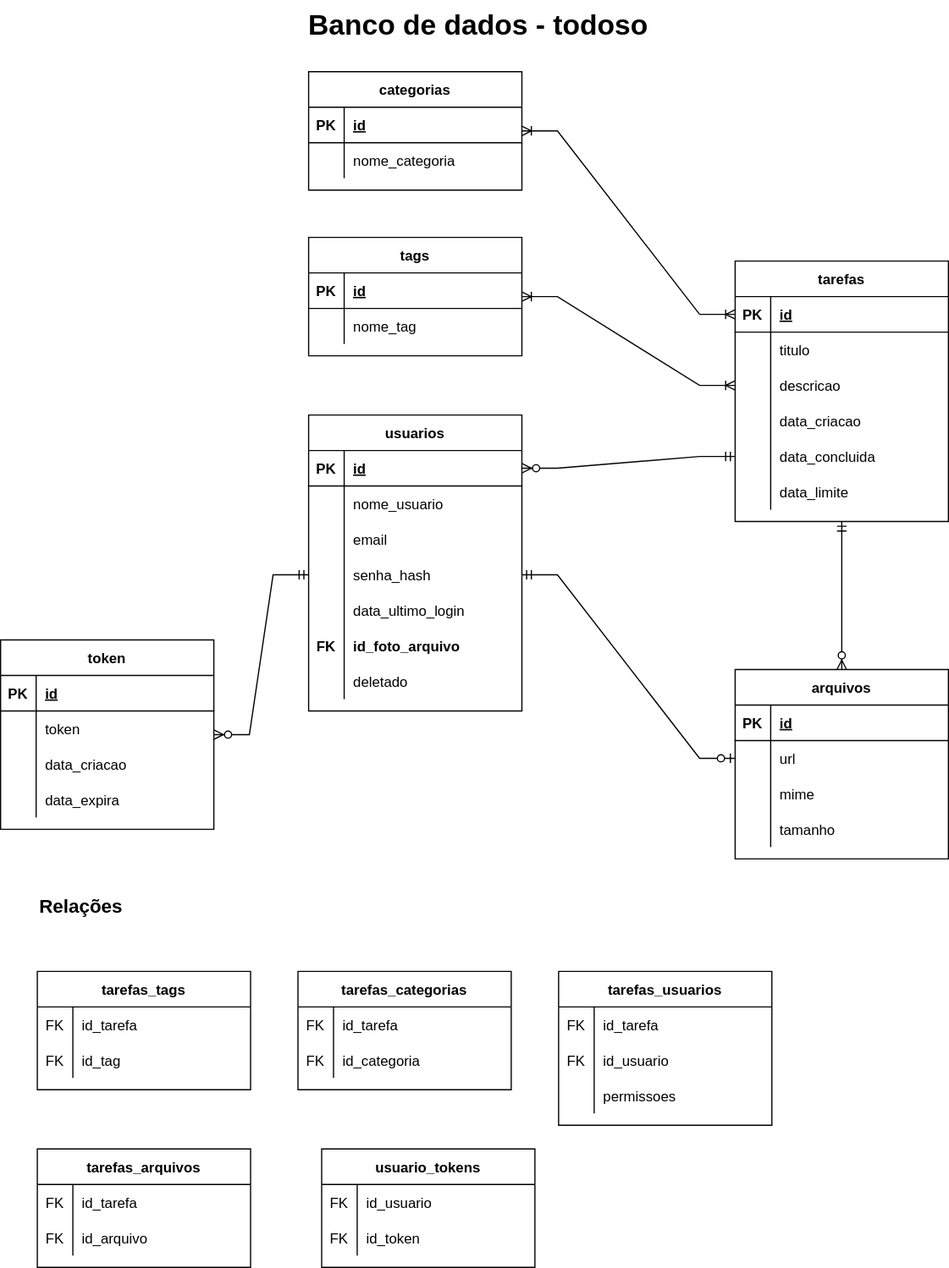
Above: docs/BD_todoso.drawio.svg in savio-matheus/todoso (draw.io), before the change. Source tidied: cells renumbered, new cells last; positions are measured from the earlier drawing's top-left corner, leaving out a move shared by most shapes.
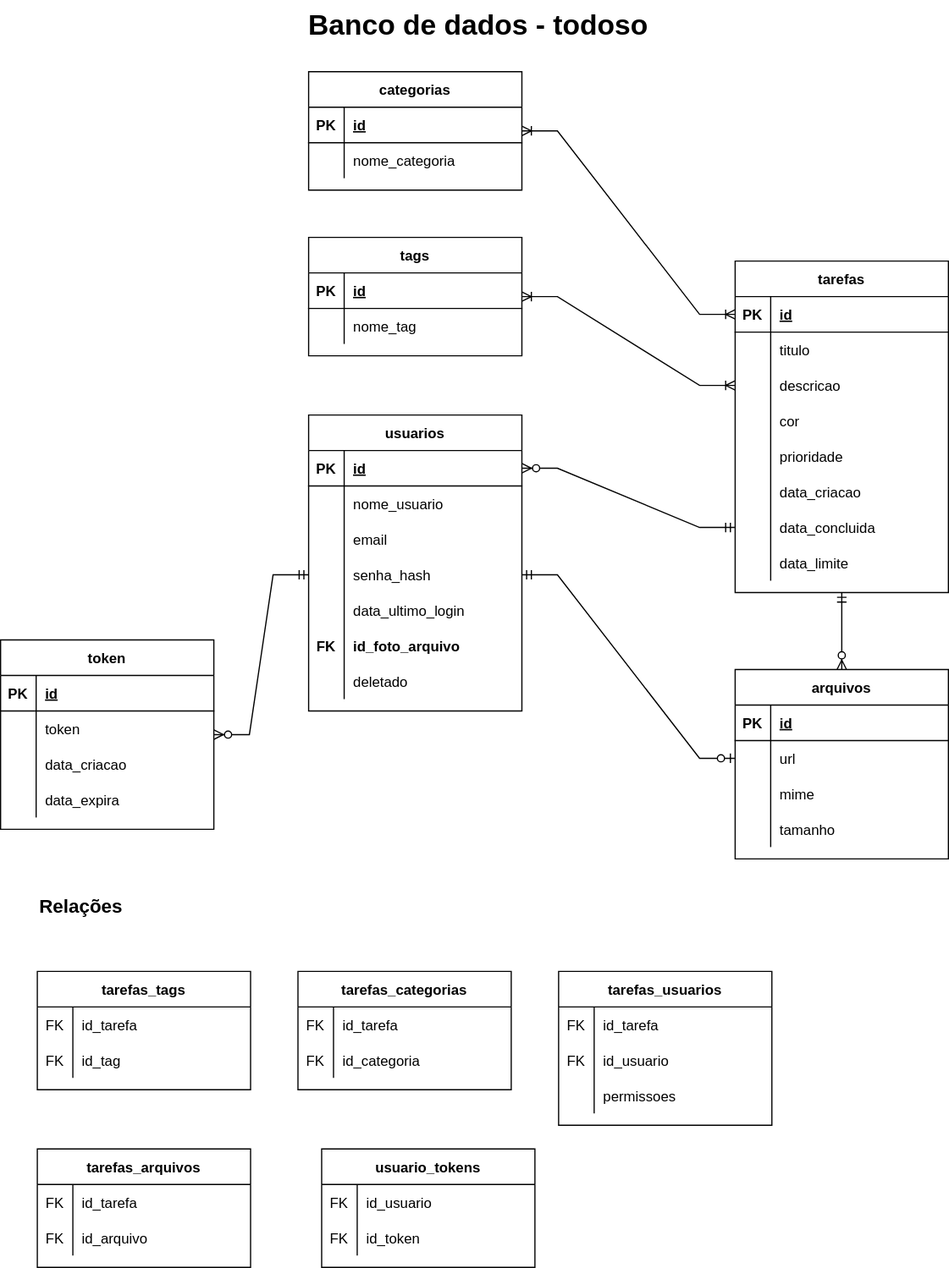
The same diagram one commit later.

Commit message:
fix: falta dos atributos cor e prioridade

What changed in the source:
```diff
@@ -45,7 +45,7 @@
       <mxGeometry x="30" width="150" height="30" as="geometry" />
     </mxCell>
     <mxCell id="16" value="tarefas" style="shape=table;startSize=30;rowLines=0;fontStyle=1;align=center;" parent="1" vertex="1">
-      <mxGeometry x="620" y="220" width="180" height="220" as="geometry" />
+      <mxGeometry x="620" y="220" width="180" height="280" as="geometry" />
     </mxCell>
     <mxCell id="17" style="shape=tableRow;horizontal=0;startSize=0;swimlaneHead=0;swimlaneBody=0;fillColor=none;points=[[0,0.5],[1,0.5]];portConstraint=eastwest;top=0;left=0;right=0;bottom=1;" parent="16" vertex="1">
       <mxGeometry y="30" width="180" height="30" as="geometry" />
@@ -74,8 +74,26 @@
     <mxCell id="25" value="descricao" style="shape=partialRectangle;fillColor=none;top=0;left=0;bottom=0;right=0;align=left;spacingLeft=6;overflow=hidden;" parent="23" vertex="1">
       <mxGeometry x="30" width="150" height="30" as="geometry" />
     </mxCell>
+    <mxCell id="129" style="shape=tableRow;horizontal=0;startSize=0;swimlaneHead=0;swimlaneBody=0;fillColor=none;top=0;left=0;right=0;bottom=0;" parent="16" vertex="1">
+      <mxGeometry y="120" width="180" height="30" as="geometry" />
+    </mxCell>
+    <mxCell id="130" style="shape=partialRectangle;fillColor=none;top=0;left=0;bottom=0;right=0;overflow=hidden;" parent="129" vertex="1">
+      <mxGeometry width="30" height="30" as="geometry" />
+    </mxCell>
+    <mxCell id="131" value="cor" style="shape=partialRectangle;fillColor=none;top=0;left=0;bottom=0;right=0;align=left;spacingLeft=6;overflow=hidden;" parent="129" vertex="1">
+      <mxGeometry x="30" width="150" height="30" as="geometry" />
+    </mxCell>
+    <mxCell id="132" style="shape=tableRow;horizontal=0;startSize=0;swimlaneHead=0;swimlaneBody=0;fillColor=none;top=0;left=0;right=0;bottom=0;" parent="16" vertex="1">
+      <mxGeometry y="150" width="180" height="30" as="geometry" />
+    </mxCell>
+    <mxCell id="133" style="shape=partialRectangle;fillColor=none;top=0;left=0;bottom=0;right=0;overflow=hidden;" parent="132" vertex="1">
+      <mxGeometry width="30" height="30" as="geometry" />
+    </mxCell>
+    <mxCell id="134" value="prioridade" style="shape=partialRectangle;fillColor=none;top=0;left=0;bottom=0;right=0;align=left;spacingLeft=6;overflow=hidden;" parent="132" vertex="1">
+      <mxGeometry x="30" width="150" height="30" as="geometry" />
+    </mxCell>
     <mxCell id="26" style="shape=tableRow;horizontal=0;startSize=0;swimlaneHead=0;swimlaneBody=0;fillColor=none;top=0;left=0;right=0;bottom=0;" parent="16" vertex="1">
-      <mxGeometry y="120" width="180" height="30" as="geometry" />
+      <mxGeometry y="180" width="180" height="30" as="geometry" />
     </mxCell>
     <mxCell id="27" style="shape=partialRectangle;fillColor=none;top=0;left=0;bottom=0;right=0;overflow=hidden;" parent="26" vertex="1">
       <mxGeometry width="30" height="30" as="geometry" />
@@ -84,7 +102,7 @@
       <mxGeometry x="30" width="150" height="30" as="geometry" />
     </mxCell>
     <mxCell id="29" style="shape=tableRow;horizontal=0;startSize=0;swimlaneHead=0;swimlaneBody=0;fillColor=none;points=[[0,0.5],[1,0.5]];portConstraint=eastwest;top=0;left=0;right=0;bottom=0;" parent="16" vertex="1">
-      <mxGeometry y="150" width="180" height="30" as="geometry" />
+      <mxGeometry y="210" width="180" height="30" as="geometry" />
     </mxCell>
     <mxCell id="30" style="shape=partialRectangle;fillColor=none;top=0;left=0;bottom=0;right=0;overflow=hidden;" parent="29" vertex="1">
       <mxGeometry width="30" height="30" as="geometry" />
@@ -93,7 +111,7 @@
       <mxGeometry x="30" width="150" height="30" as="geometry" />
     </mxCell>
     <mxCell id="32" style="shape=tableRow;horizontal=0;startSize=0;swimlaneHead=0;swimlaneBody=0;fillColor=none;top=0;left=0;right=0;bottom=0;" parent="16" vertex="1">
-      <mxGeometry y="180" width="180" height="30" as="geometry" />
+      <mxGeometry y="240" width="180" height="30" as="geometry" />
     </mxCell>
     <mxCell id="33" style="shape=partialRectangle;fillColor=none;top=0;left=0;bottom=0;right=0;overflow=hidden;" parent="32" vertex="1">
       <mxGeometry width="30" height="30" as="geometry" />
```
